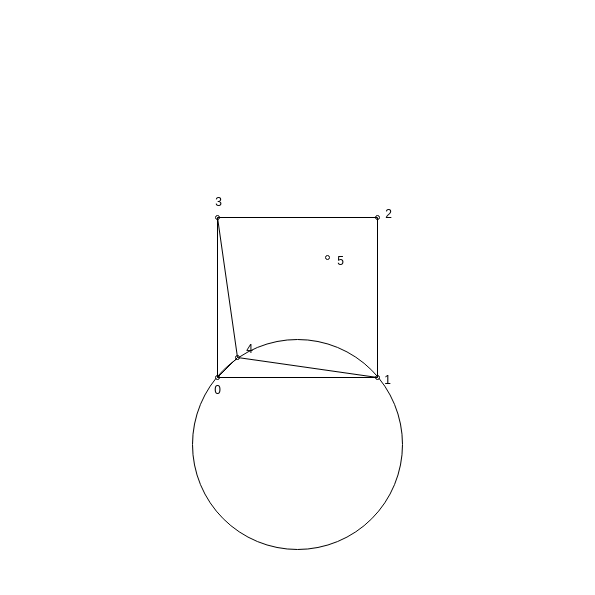
The draw.io diagram page "Page-7-4" (45 of 51) of file/Algorithm/NavmeshNavigation/NavmeshNavigation.drawio in FallingXun/FallingXun.github.io, before the edit. Source tidied: cells renumbered, new cells numbered last; positions are measured from the earlier drawing's top-left corner, leaving out a move shared by most shapes. Both pictures are drawn from the tidied source at 100%, with x=0, y=0 at pixel (192, 187).
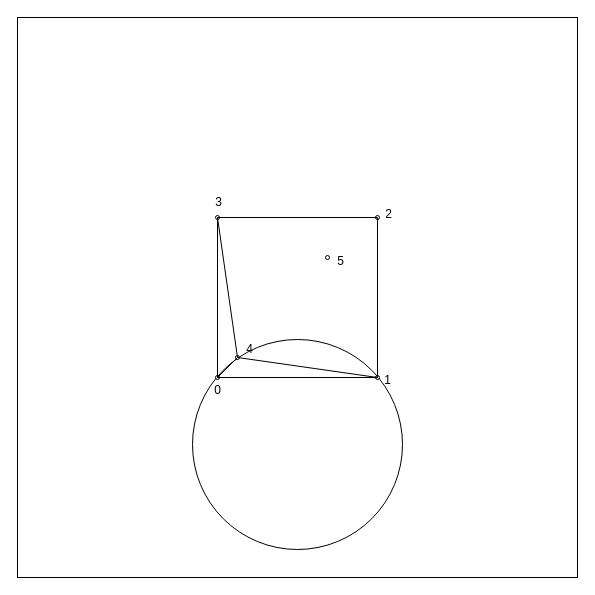
After the change.

What changed in the source:
```diff
@@
+    <mxCell id="22" style="rounded=0;whiteSpace=wrap;html=1;fillColor=none;" parent="1" vertex="1">
+      <mxGeometry x="-175" y="-170" width="560" height="560" as="geometry" />
+    </mxCell>
```
